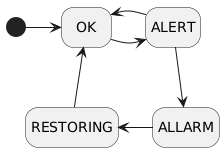
Before: doc/UML/img/raw_temperature_task.png, a diagram exported from PlantUML (Cinels/IoT-assignment-02).
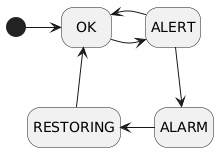
After the commit.

The edit, as a diff of the source:
```diff
@@ -5,7 +5,7 @@
 
 state ALERT
 
-state ALLARM
+state ALARM
 
 state RESTORING
 
@@ -14,7 +14,7 @@
 [*] -right-> OK
 OK -right-> ALERT
 ALERT -left-> OK
-ALERT -down-> ALLARM
-ALLARM -left-> RESTORING
+ALERT -down-> ALARM
+ALARM -left-> RESTORING
 RESTORING -up-> OK
 @enduml
```
